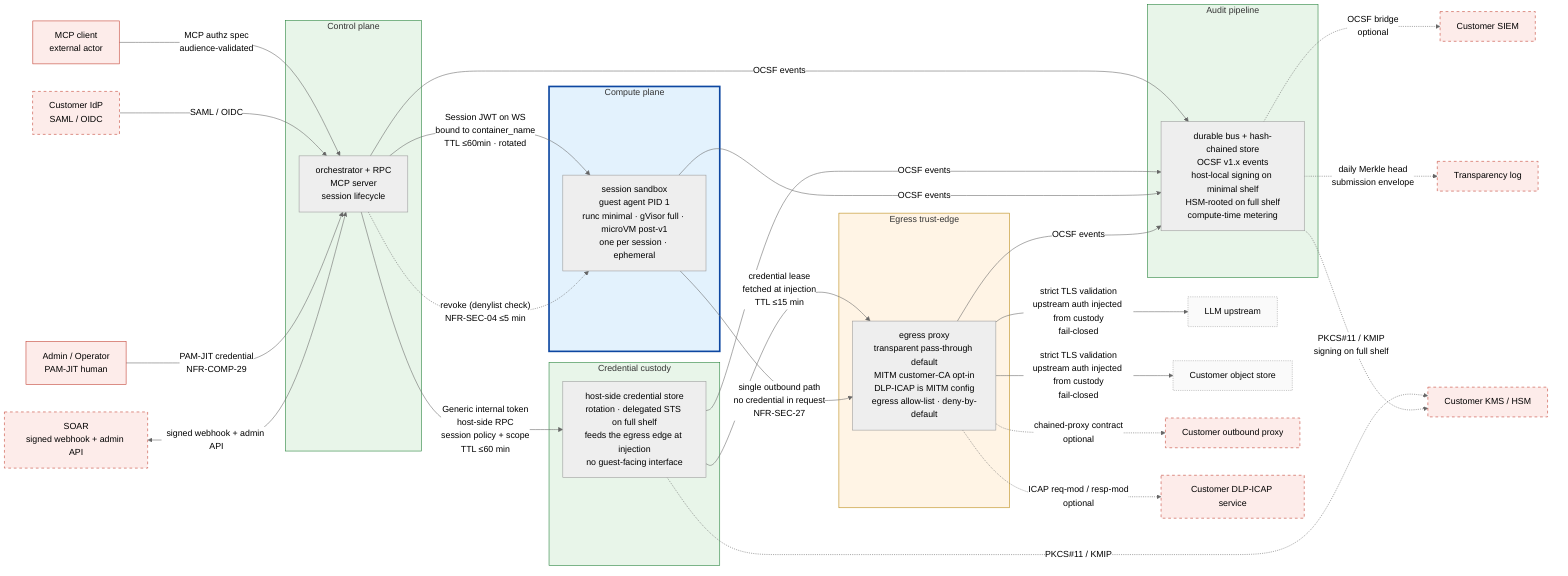
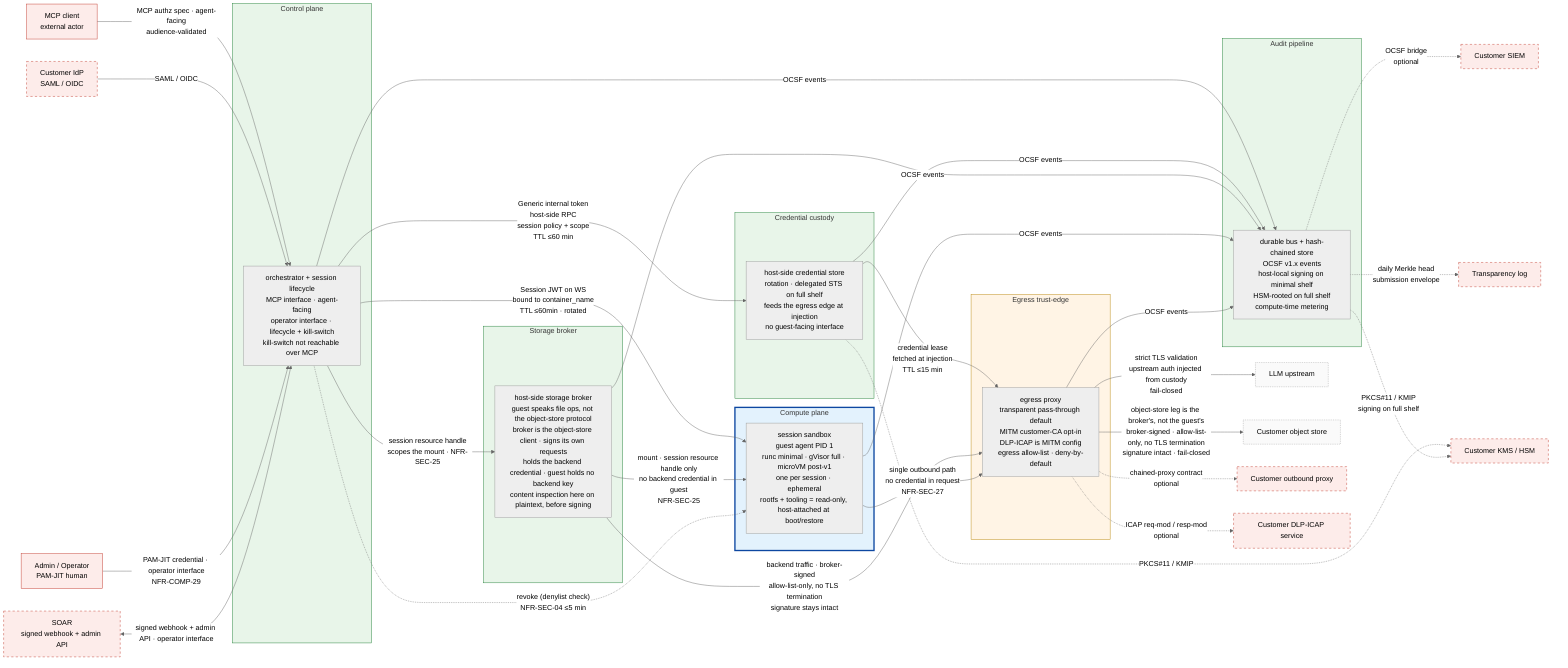
%% SPDX-License-Identifier: FSL-1.1-Apache-2.0
%% Copyright (c) 2025 Open Computer Use Contributors
%% Canonical Layer 3 trust-zone diagram. Referenced from docs/architecture/02-trust-boundaries.md §5.
%% Convention: solid subgraph border = always present; dashed border = optional configuration.
%% Palette (project convention): red untrusted / amber semi-trusted / green trusted / blue isolated.

%%{init: {"theme": "neutral"} }%%
flowchart LR

    %% ─── external actors (untrusted; rendered as plain nodes, not subgraphs) ───
    MCPC[MCP client<br/>external actor]:::ext
    IDP[Customer IdP<br/>SAML / OIDC]:::extOpt
    LLM[LLM upstream]:::endpoint
    OBJ[Customer object store]:::endpoint
    CPROXY[Customer outbound proxy]:::extOpt
    ICAP[Customer DLP-ICAP service]:::extOpt
    SIEM[Customer SIEM]:::extOpt
    KMS[Customer KMS / HSM]:::extOpt
    SOAR[SOAR<br/>signed webhook + admin API]:::extOpt
    OPER[Admin / Operator<br/>PAM-JIT human]:::ext
    TLOG[Transparency log]:::extOpt

    %% ─── our zones ───
+     %% Control plane is one trust-zone exposing two interfaces: an agent-facing
+     %% MCP surface (tool calls) and an operator/lifecycle surface (session
+     %% lifecycle, quota, kill-switch). The kill-switch is reachable only on the
+     %% operator surface — never over MCP. The two-container split is a Layer 6
+     %% concern; here they are one zone.
    subgraph CP[Control plane]
-         ORCH[orchestrator + RPC<br/>MCP server<br/>session lifecycle]
+         ORCH[orchestrator + session lifecycle<br/>MCP interface · agent-facing<br/>operator interface · lifecycle + kill-switch<br/>kill-switch not reachable over MCP]
    end

    subgraph BROKER[Credential custody]
        BR[host-side credential store<br/>rotation · delegated STS on full shelf<br/>feeds the egress edge at injection<br/>no guest-facing interface]
    end

+     subgraph STORE[Storage broker]
+         SB[host-side storage broker<br/>guest speaks file ops, not the object-store protocol<br/>broker is the object-store client · signs its own requests<br/>holds the backend credential · guest holds no backend key<br/>content inspection here on plaintext, before signing]
+     end
+ 
    subgraph COMPUTE[Compute plane]
-         VM[session sandbox<br/>guest agent PID 1<br/>runc minimal · gVisor full · microVM post-v1<br/>one per session · ephemeral]
+         VM[session sandbox<br/>guest agent PID 1<br/>runc minimal · gVisor full · microVM post-v1<br/>one per session · ephemeral<br/>rootfs + tooling = read-only, host-attached at boot/restore]
    end

    subgraph EDGE[Egress trust-edge]
        PROXY[egress proxy<br/>transparent pass-through default<br/>MITM customer-CA opt-in<br/>DLP-ICAP is MITM config<br/>egress allow-list · deny-by-default]
    end

    subgraph AUDIT[Audit pipeline]
        BUS[durable bus + hash-chained store<br/>OCSF v1.x events<br/>host-local signing on minimal shelf<br/>HSM-rooted on full shelf<br/>compute-time metering]
    end

    %% ─── inbound edges ───
-     MCPC -->|"MCP authz spec<br/>audience-validated"| ORCH
+     %% MCP arrives on the agent-facing interface; operator + SOAR arrive on the
+     %% operator/lifecycle interface. Distinct auth; the kill-switch lives only
+     %% on the latter.
+     MCPC -->|"MCP authz spec · agent-facing<br/>audience-validated"| ORCH
    IDP -->|SAML / OIDC| ORCH
-     OPER -->|PAM-JIT credential<br/>NFR-COMP-29| ORCH
-     SOAR <-->|signed webhook + admin API| ORCH
+     OPER -->|"PAM-JIT credential · operator interface<br/>NFR-COMP-29"| ORCH
+     SOAR <-->|"signed webhook + admin API · operator interface"| ORCH

    %% ─── internal edges (encrypted in transit; NFR-SEC-37) ───
    ORCH -->|"Generic internal token<br/>host-side RPC<br/>session policy + scope<br/>TTL ≤60 min"| BR
    ORCH -->|"Session JWT on WS<br/>bound to container_name<br/>TTL ≤60min · rotated"| VM
+     ORCH -->|"session resource handle<br/>scopes the mount · NFR-SEC-25"| SB
    BR -->|"credential lease<br/>fetched at injection<br/>TTL ≤15 min"| PROXY
+ 
+     %% ─── storage-mount path (second guest-data boundary: in vs out) ───
+     %% Distinct from egress. The guest reads/writes mutable user-data through a
+     %% mount the broker serves; the guest holds only a session-scoped resource
+     %% handle (e.g. filesystem_id), never the storage backend credential. The
+     %% broker's own backend traffic is authorized at the Egress trust-edge like
+     %% any upstream. Mount substrate (FUSE / virtio-fs / 9p) is component-spec.
+     SB -->|"mount · session resource handle only<br/>no backend credential in guest<br/>NFR-SEC-25"| VM
+     SB -->|"backend traffic · broker-signed<br/>allow-list-only, no TLS termination<br/>signature stays intact"| PROXY

    %% ─── revoke channel (denylist; independent of IdP reachability) ───
    %% Compute plane gets a direct denylist check (Session JWT TTL ≤60min needs it);
    %% Egress trust-edge revoke = the edge stops injecting upstream auth for a
    %% revoked session; the credential-lease TTL (≤15 min) caps how long an
    %% already-fetched credential survives, so no direct ORCH→PROXY edge.
    ORCH -.->|"revoke (denylist check)<br/>NFR-SEC-04 ≤5 min"| VM

    %% ─── egress edges ───
    VM -->|"single outbound path<br/>no credential in request<br/>NFR-SEC-27"| PROXY
    PROXY -->|"strict TLS validation<br/>upstream auth injected from custody<br/>fail-closed"| LLM
-     PROXY -->|"strict TLS validation<br/>upstream auth injected from custody<br/>fail-closed"| OBJ
+     PROXY -->|"object-store leg is the broker's, not the guest's<br/>broker-signed · allow-list-only, no TLS termination<br/>signature intact · fail-closed"| OBJ
    PROXY -.->|"chained-proxy contract<br/>optional"| CPROXY
    PROXY -.->|"ICAP req-mod / resp-mod<br/>optional"| ICAP

    %% ─── audit edges (every named zone emits OCSF events) ───
    ORCH -->|OCSF events| BUS
    BR -->|OCSF events| BUS
+     SB -->|OCSF events| BUS
    VM -->|OCSF events| BUS
    PROXY -->|OCSF events| BUS

    %% ─── audit egress ───
    BUS -.->|"OCSF bridge<br/>optional"| SIEM
    BUS -.->|"daily Merkle head<br/>submission envelope"| TLOG

    %% ─── KMS path (optional, full-capability shelf only) ───
    BR -.->|"PKCS#11 / KMIP"| KMS
    BUS -.->|"PKCS#11 / KMIP<br/>signing on full shelf"| KMS

    %% ─── styling (project palette: red untrusted / amber semi-trusted / green trusted / blue isolated) ───
    classDef ext fill:#fdecea,stroke:#c0392b,stroke-width:1px;
    classDef extOpt fill:#fdecea,stroke:#c0392b,stroke-dasharray: 5 5;
    classDef endpoint fill:#fafafa,stroke:#9e9e9e,stroke-dasharray: 2 2;
    style CP fill:#e8f5e9,stroke:#1e7e34,stroke-width:1px;
    style BROKER fill:#e8f5e9,stroke:#1e7e34,stroke-width:1px;
+     style STORE fill:#e8f5e9,stroke:#1e7e34,stroke-width:1px;
    style COMPUTE fill:#e3f2fd,stroke:#0d47a1,stroke-width:3px;
    style EDGE fill:#fff4e5,stroke:#b8860b,stroke-width:1px;
    style AUDIT fill:#e8f5e9,stroke:#1e7e34,stroke-width:1px;
